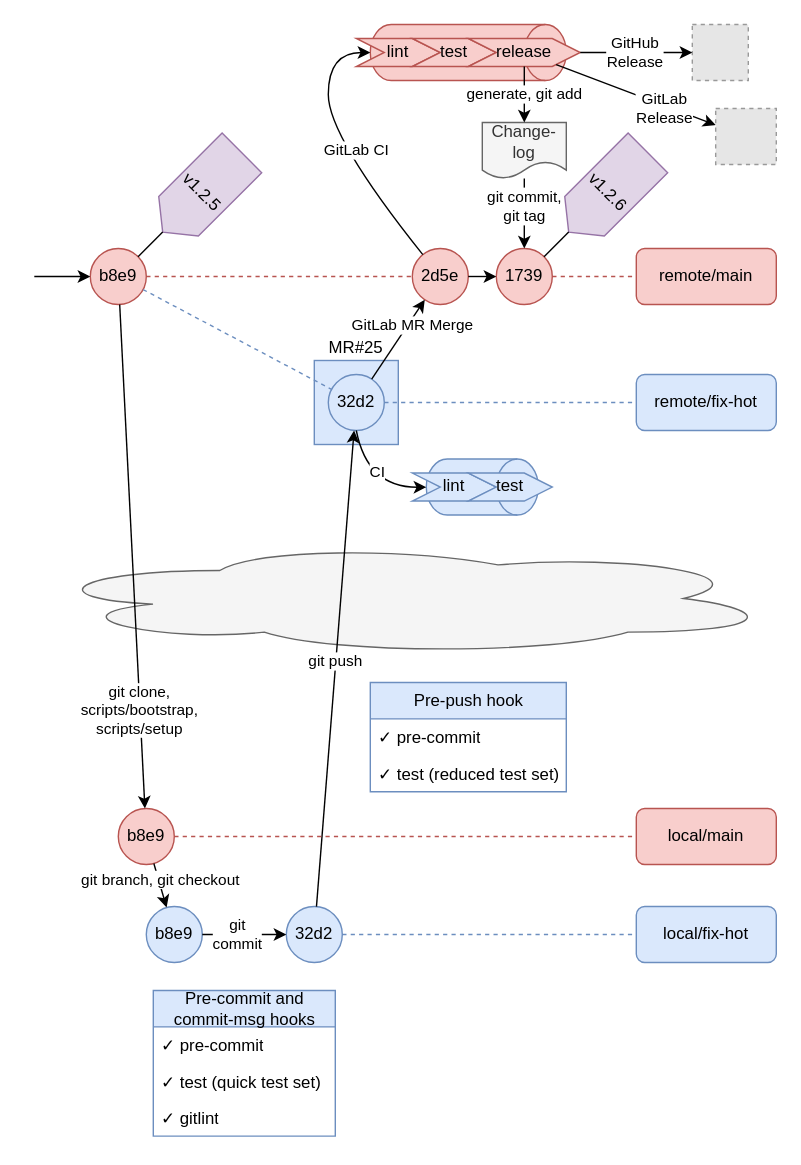
This is page "fix" (3 of 5) of images/workflow.drawio from old-xebis/repository-template, a draw.io file, before an edit. Source tidied: cells renumbered, new cells numbered last; positions are measured from the earlier drawing's top-left corner, leaving out a move shared by most shapes. Both pictures are drawn from the tidied source at 140%, with x=0, y=0 at pixel (34, 24). Pictures stored in the file or linked from it are replaced by grey dashed boxes.
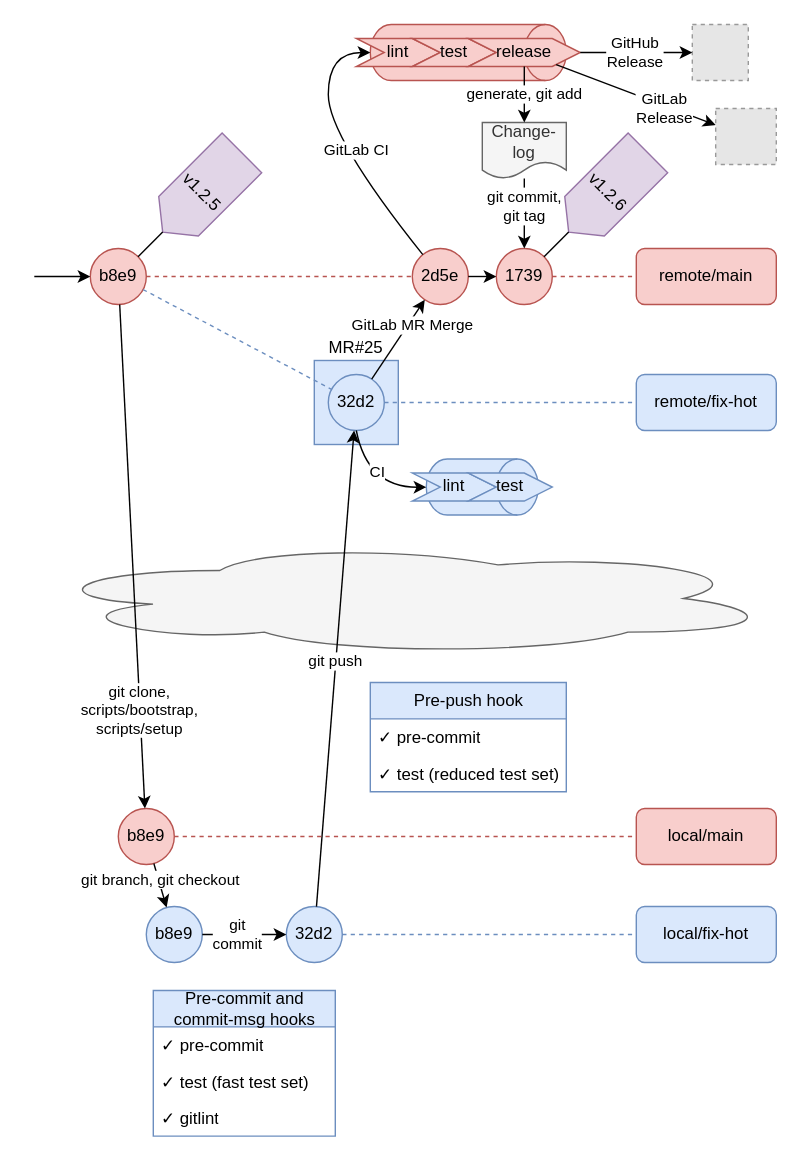
After the change.

Commit message (it also covers changes not shown here):
docs: fix fast test set name in images

The change refers to these unchanged cells:
```xml
<mxCell id="31" value="Pre-commit and&lt;br&gt;commit-msg&amp;nbsp;hooks" style="swimlane;fontStyle=0;horizontal=1;startSize=26;fillColor=#dae8fc;html=1;strokeColor=#6c8ebf;" parent="1" vertex="1">
  <mxGeometry x="85" y="690" width="130" height="104" as="geometry" />
</mxCell>
```

The edit, as a diff of the source:
```diff
@@
-    <mxCell id="33" value="&lt;span style=&quot;&quot;&gt;✓ test (quick test set)&lt;/span&gt;" style="text;strokeColor=none;fillColor=none;align=left;verticalAlign=top;spacingLeft=4;spacingRight=4;overflow=hidden;whiteSpace=wrap;html=1;" parent="31" vertex="1">
+    <mxCell id="33" value="&lt;span style=&quot;&quot;&gt;✓ test (fast test set)&lt;/span&gt;" style="text;strokeColor=none;fillColor=none;align=left;verticalAlign=top;spacingLeft=4;spacingRight=4;overflow=hidden;whiteSpace=wrap;html=1;" parent="31" vertex="1">
       <mxGeometry y="52" width="130" height="26" as="geometry" />
     </mxCell>
```
